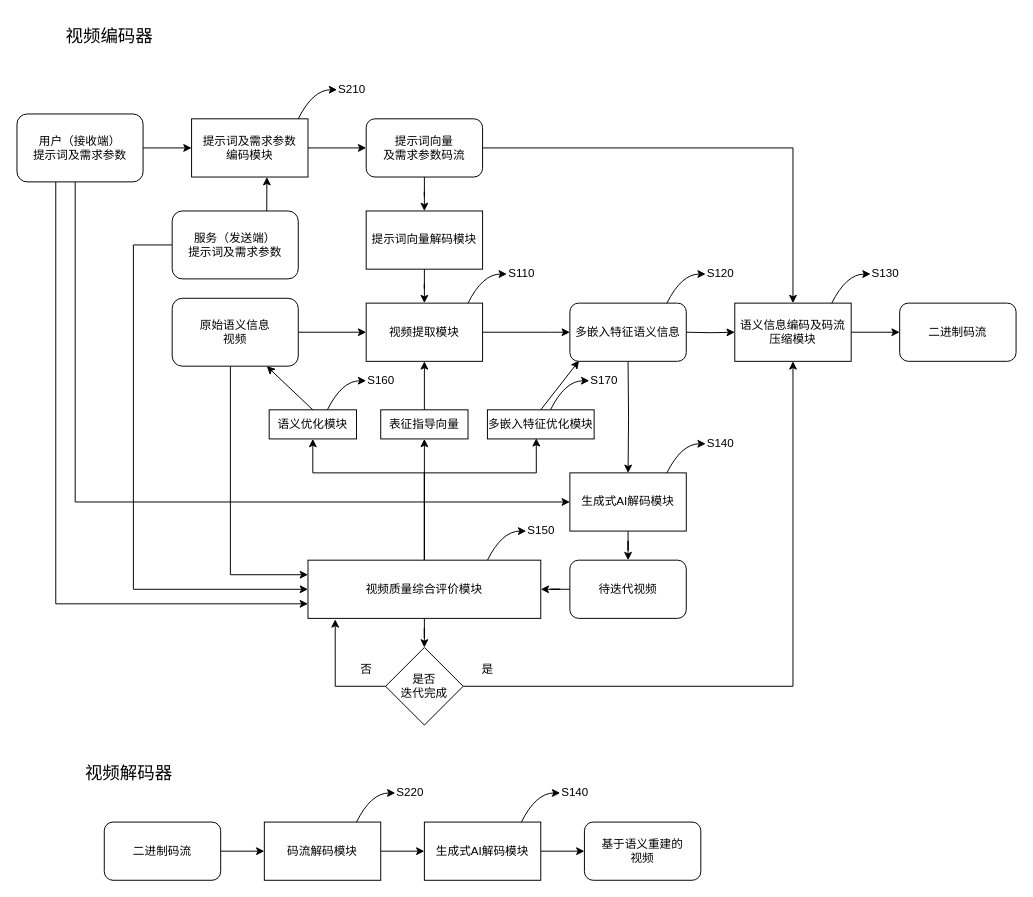
This is 基于生成式AI的多路径多嵌入视频编码系统.drawio from hrf666666/FlowCharts, a draw.io file, before an edit. Source tidied: cells renumbered, new cells numbered last; positions are measured from the earlier drawing's top-left corner, leaving out a move shared by most shapes. Both pictures are drawn from the tidied source at 97%, with x=0, y=0 at pixel (16, 16).
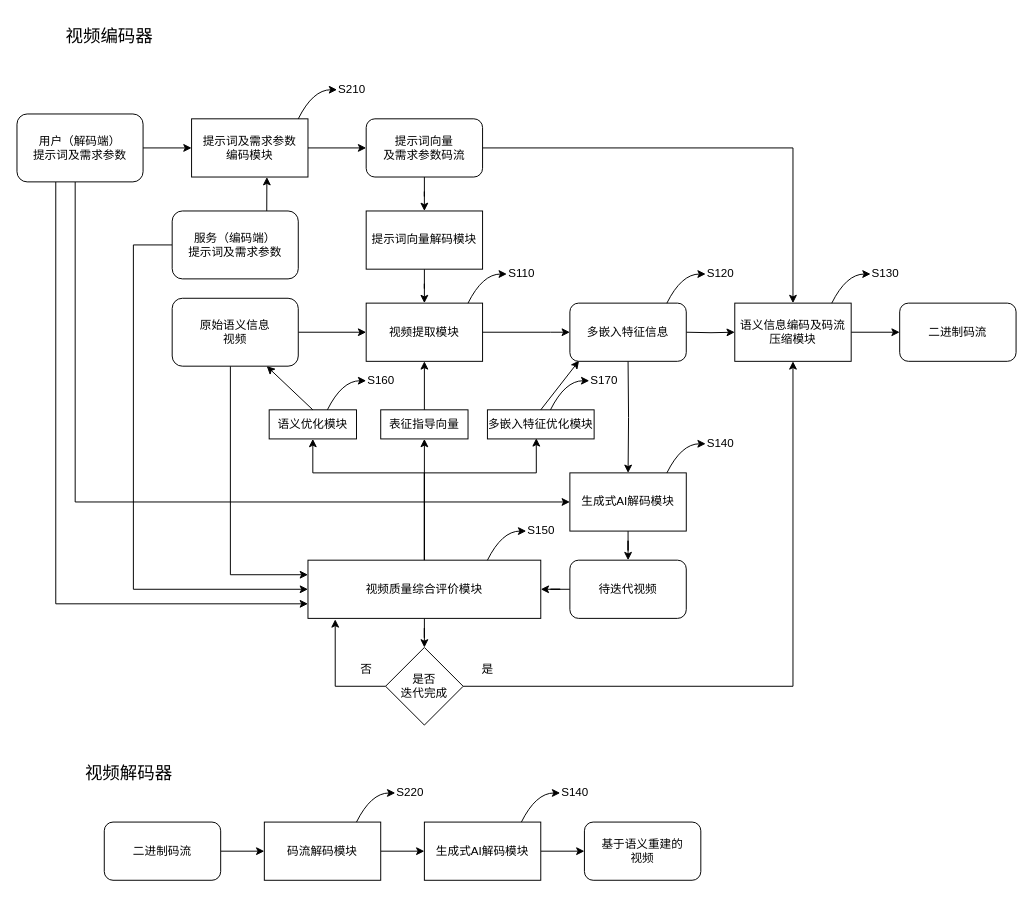
The same page after the edit.

Commit message:
更新基于生成式AI的多路径多嵌入视频编码系统.drawio

Diff of the diagram source:
```diff
@@
-    <mxCell id="11" value="用户（接收端）&lt;div&gt;提示词及&lt;span style=&quot;background-color: initial;&quot;&gt;需求参数&lt;/span&gt;&lt;/div&gt;" style="rounded=1;whiteSpace=wrap;html=1;" parent="1" vertex="1">
+    <mxCell id="11" value="用户（解码端）&lt;div&gt;提示词及&lt;span style=&quot;background-color: initial;&quot;&gt;需求参数&lt;/span&gt;&lt;/div&gt;" style="rounded=1;whiteSpace=wrap;html=1;" parent="1" vertex="1">
       <mxGeometry y="100" width="130" height="70" as="geometry" />
     </mxCell>
@@
-    <mxCell id="52" value="服务（发送端）&lt;div&gt;提示词及&lt;span style=&quot;background-color: initial;&quot;&gt;需求参数&lt;/span&gt;&lt;/div&gt;" style="rounded=1;whiteSpace=wrap;html=1;" parent="1" vertex="1">
+    <mxCell id="52" value="服务（编码端）&lt;div&gt;提示词及&lt;span style=&quot;background-color: initial;&quot;&gt;需求参数&lt;/span&gt;&lt;/div&gt;" style="rounded=1;whiteSpace=wrap;html=1;" parent="1" vertex="1">
       <mxGeometry x="160" y="200" width="130" height="70" as="geometry" />
     </mxCell>
@@
-    <mxCell id="54" value="多嵌入特征语义信息" style="rounded=1;whiteSpace=wrap;html=1;" parent="1" vertex="1">
+    <mxCell id="54" value="多嵌入特征信息" style="rounded=1;whiteSpace=wrap;html=1;" parent="1" vertex="1">
       <mxGeometry x="570" y="295" width="120" height="60" as="geometry" />
     </mxCell>
```
